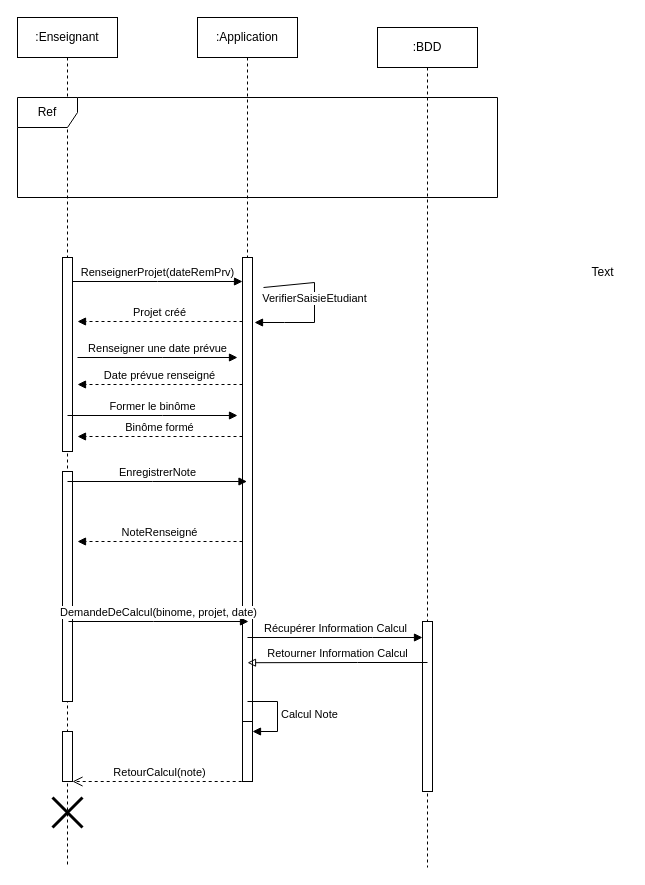
Earlier version of the draw.io diagram page "Page-1" (1 of 2) of Diagramme sans nom.drawio (NabiilS/PizzaBurg). Source tidied: cells renumbered, new cells numbered last; positions are measured from the earlier drawing's top-left corner, leaving out a move shared by most shapes. Both pictures are drawn from the tidied source at 100%, with x=0, y=0 at pixel (17, 17).
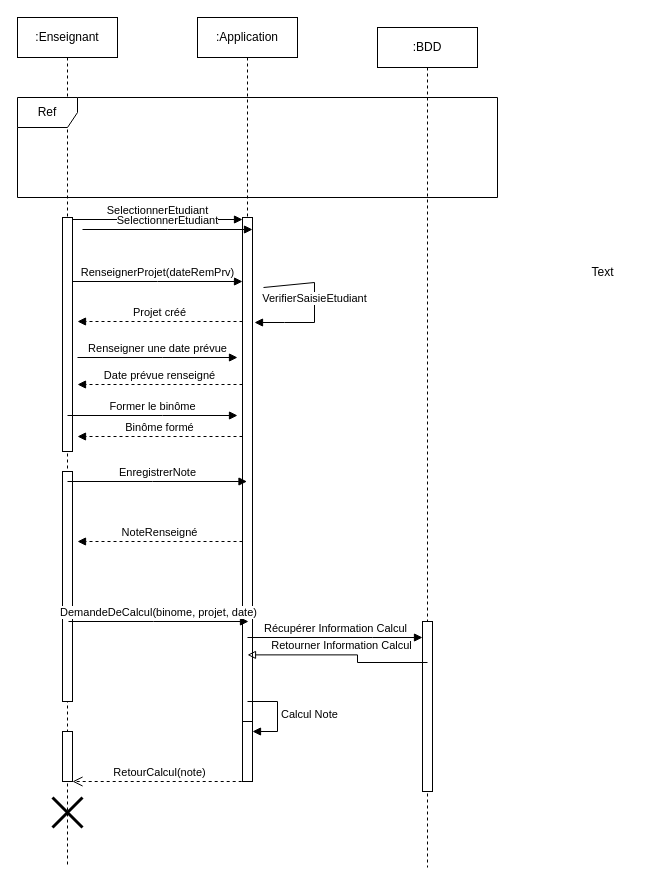
The same page after the edit.

Commit message:
Mettre à jour Diagramme sans nom.drawio

The change refers to these unchanged cells:
```xml
<mxCell id="2" value=":Enseignant" style="shape=umlLifeline;perimeter=lifelinePerimeter;whiteSpace=wrap;html=1;newEdgeStyle={&quot;edgeStyle&quot;:&quot;elbowEdgeStyle&quot;,&quot;elbow&quot;:&quot;vertical&quot;,&quot;curved&quot;:0,&quot;rounded&quot;:0};" parent="1" vertex="1">
  <mxGeometry width="100" height="850" as="geometry" />
</mxCell>
<mxCell id="6" value=":Application" style="shape=umlLifeline;perimeter=lifelinePerimeter;whiteSpace=wrap;html=1;newEdgeStyle={&quot;edgeStyle&quot;:&quot;elbowEdgeStyle&quot;,&quot;elbow&quot;:&quot;vertical&quot;,&quot;curved&quot;:0,&quot;rounded&quot;:0};" parent="1" vertex="1">
  <mxGeometry x="180" width="100" height="744" as="geometry" />
</mxCell>
```

Diff of the diagram source:
```diff
@@
     <mxCell id="3" style="html=1;points=[];perimeter=orthogonalPerimeter;outlineConnect=0;targetShapes=umlLifeline;portConstraint=eastwest;newEdgeStyle={&quot;edgeStyle&quot;:&quot;elbowEdgeStyle&quot;,&quot;elbow&quot;:&quot;vertical&quot;,&quot;curved&quot;:0,&quot;rounded&quot;:0};" parent="2" vertex="1">
-      <mxGeometry x="45" y="240" width="10" height="194" as="geometry" />
+      <mxGeometry x="45" y="200" width="10" height="234" as="geometry" />
     </mxCell>
@@
     <mxCell id="7" style="html=1;points=[];perimeter=orthogonalPerimeter;outlineConnect=0;targetShapes=umlLifeline;portConstraint=eastwest;newEdgeStyle={&quot;edgeStyle&quot;:&quot;elbowEdgeStyle&quot;,&quot;elbow&quot;:&quot;vertical&quot;,&quot;curved&quot;:0,&quot;rounded&quot;:0};" parent="6" vertex="1">
-      <mxGeometry x="45" y="240" width="10" height="504" as="geometry" />
+      <mxGeometry x="45" y="200" width="10" height="544" as="geometry" />
     </mxCell>
@@
+    <mxCell id="28" value="SelectionnerEtudiant" style="html=1;verticalAlign=bottom;endArrow=block;edgeStyle=elbowEdgeStyle;elbow=vertical;curved=0;rounded=0;" parent="1" edge="1">
+      <mxGeometry relative="1" as="geometry">
+        <mxPoint x="55" y="202" as="sourcePoint" />
+        <mxPoint x="225" y="202" as="targetPoint" />
+        <Array as="points">
+          <mxPoint x="140" y="202" />
+        </Array>
+      </mxGeometry>
+    </mxCell>
+    <mxCell id="29" value="SelectionnerEtudiant" style="html=1;verticalAlign=bottom;endArrow=block;edgeStyle=elbowEdgeStyle;elbow=vertical;curved=0;rounded=0;" parent="1" edge="1">
+      <mxGeometry relative="1" as="geometry">
+        <mxPoint x="65" y="212" as="sourcePoint" />
+        <mxPoint x="235" y="212" as="targetPoint" />
+        <Array as="points">
+          <mxPoint x="150" y="212" />
+        </Array>
+      </mxGeometry>
+    </mxCell>
```
